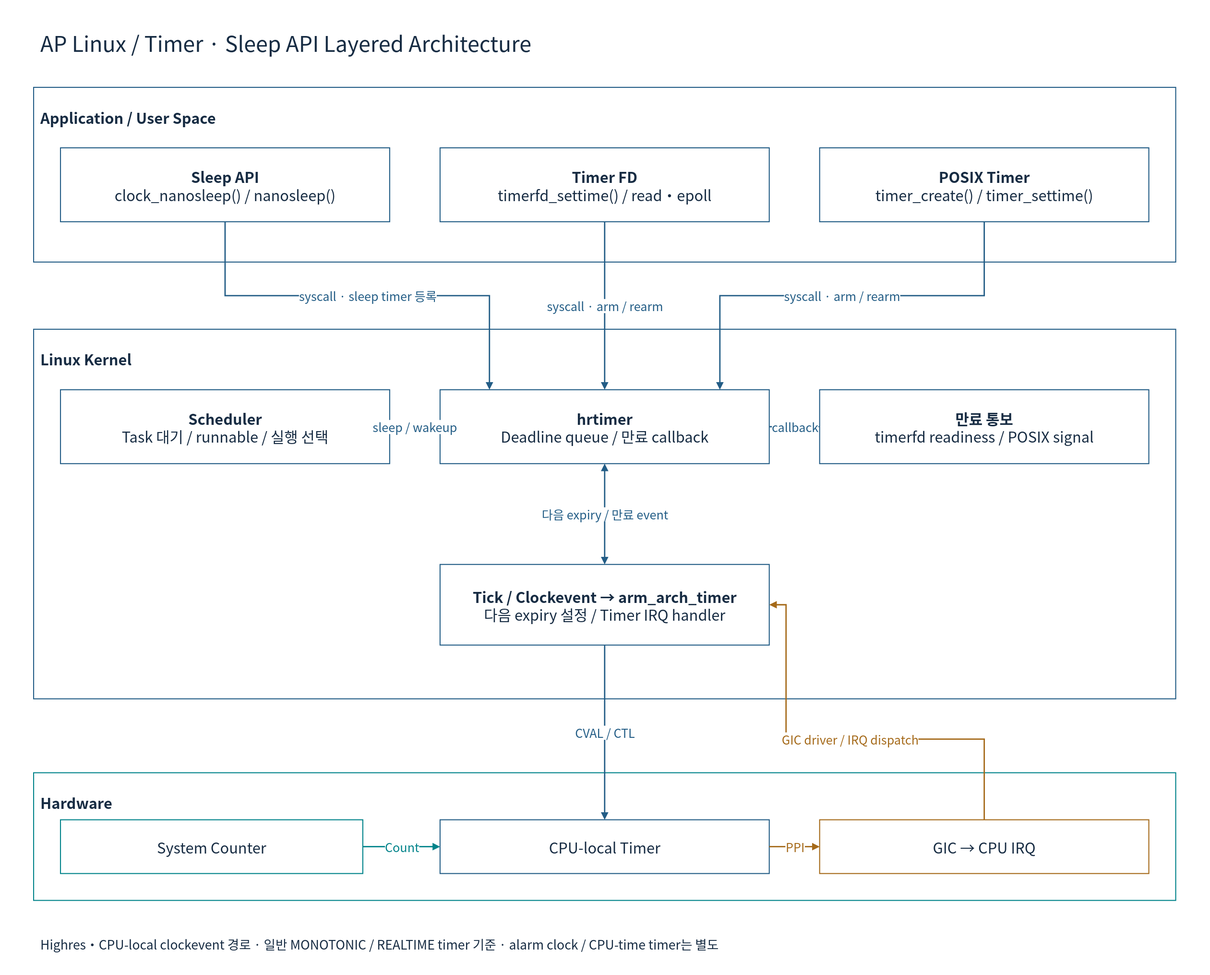
Before: doc/phase1/timer/diagrams/08b-linux-timer-api.drawio.svg, a diagram exported from draw.io (cometzero/project-apollo). Source tidied: cells renumbered, new cells last; positions are measured from the earlier drawing's top-left corner, leaving out a move shared by most shapes.
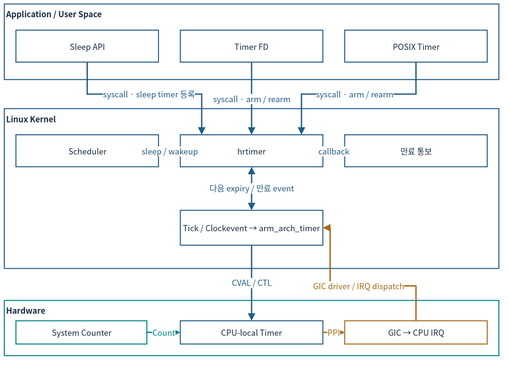
Above is the later version.

The edit, as a diff of the source:
```diff
@@ -2,99 +2,90 @@
   <root>
     <mxCell id="0" />
     <mxCell id="1" parent="0" />
-    <mxCell id="2" style="rounded=0;whiteSpace=wrap;html=1;fillColor=#FFFFFF;strokeColor=none;strokeWidth=1.5;fontColor=#172C43;fontFamily=Noto Sans CJK KR;fontSize=22;spacing=10;" parent="1" vertex="1">
-      <mxGeometry width="1800" height="1450" as="geometry" />
-    </mxCell>
-    <mxCell id="3" value="AP Linux / Timer · Sleep API Layered Architecture" style="rounded=0;whiteSpace=wrap;html=1;fillColor=#FFFFFF;strokeColor=none;strokeWidth=1.5;fontColor=#172C43;fontFamily=Noto Sans CJK KR;fontSize=22;spacing=10;fontSize=32;align=left;" parent="1" vertex="1">
-      <mxGeometry x="50" y="30" width="1700" height="65" as="geometry" />
-    </mxCell>
-    <mxCell id="4" value="Application / User Space" style="rounded=0;whiteSpace=wrap;html=1;fillColor=#FFFFFF;strokeColor=#235D86;strokeWidth=1.5;fontColor=#172C43;fontFamily=Noto Sans CJK KR;fontSize=22;spacing=10;verticalAlign=top;fontStyle=1;spacingTop=16;align=left;" parent="1" vertex="1">
-      <mxGeometry x="50" y="130" width="1700" height="260" as="geometry" />
+    <mxCell id="4" value="Application / User Space" style="rounded=0;whiteSpace=wrap;html=1;fillColor=#FFFFFF;strokeColor=#235D86;strokeWidth=1.5;fontColor=#172C43;fontFamily=Noto Sans CJK KR;verticalAlign=top;fontStyle=1;align=left;fontSize=12;spacing=3;whiteSpace=wrap;" parent="1" vertex="1">
+      <mxGeometry x="16.3" y="38" width="735.7" height="112.5" as="geometry" />
     </mxCell>
-    <mxCell id="5" value="&lt;b&gt;Sleep API&lt;/b&gt;&lt;br&gt;clock_nanosleep() / nanosleep()" style="rounded=0;whiteSpace=wrap;html=1;fillColor=#FFFFFF;strokeColor=#235D86;strokeWidth=1.5;fontColor=#172C43;fontFamily=Noto Sans CJK KR;fontSize=22;spacing=10;" parent="4" vertex="1">
-      <mxGeometry x="40" y="90" width="490" height="110" as="geometry" />
+    <mxCell id="5" value="Sleep API" style="rounded=0;whiteSpace=wrap;html=1;fillColor=#FFFFFF;strokeColor=#235D86;strokeWidth=1.5;fontColor=#172C43;fontFamily=Noto Sans CJK KR;fontSize=12;spacing=3;whiteSpace=wrap;" parent="4" vertex="1">
+      <mxGeometry x="17.3" y="39" width="212.1" height="47.6" as="geometry" />
     </mxCell>
-    <mxCell id="6" value="&lt;b&gt;Timer FD&lt;/b&gt;&lt;br&gt;timerfd_settime() / read・epoll" style="rounded=0;whiteSpace=wrap;html=1;fillColor=#FFFFFF;strokeColor=#235D86;strokeWidth=1.5;fontColor=#172C43;fontFamily=Noto Sans CJK KR;fontSize=22;spacing=10;" parent="4" vertex="1">
-      <mxGeometry x="605" y="90" width="490" height="110" as="geometry" />
+    <mxCell id="6" value="Timer FD" style="rounded=0;whiteSpace=wrap;html=1;fillColor=#FFFFFF;strokeColor=#235D86;strokeWidth=1.5;fontColor=#172C43;fontFamily=Noto Sans CJK KR;fontSize=12;spacing=3;whiteSpace=wrap;" parent="4" vertex="1">
+      <mxGeometry x="261.8" y="39" width="212.1" height="47.6" as="geometry" />
     </mxCell>
-    <mxCell id="7" value="&lt;b&gt;POSIX Timer&lt;/b&gt;&lt;br&gt;timer_create() / timer_settime()" style="rounded=0;whiteSpace=wrap;html=1;fillColor=#FFFFFF;strokeColor=#235D86;strokeWidth=1.5;fontColor=#172C43;fontFamily=Noto Sans CJK KR;fontSize=22;spacing=10;" parent="4" vertex="1">
-      <mxGeometry x="1170" y="90" width="490" height="110" as="geometry" />
+    <mxCell id="7" value="POSIX Timer" style="rounded=0;whiteSpace=wrap;html=1;fillColor=#FFFFFF;strokeColor=#235D86;strokeWidth=1.5;fontColor=#172C43;fontFamily=Noto Sans CJK KR;fontSize=12;spacing=3;whiteSpace=wrap;" parent="4" vertex="1">
+      <mxGeometry x="506.3" y="39" width="212.1" height="47.6" as="geometry" />
     </mxCell>
-    <mxCell id="8" value="Linux Kernel" style="rounded=0;whiteSpace=wrap;html=1;fillColor=#FFFFFF;strokeColor=#235D86;strokeWidth=1.5;fontColor=#172C43;fontFamily=Noto Sans CJK KR;fontSize=22;spacing=10;verticalAlign=top;fontStyle=1;spacingTop=16;align=left;" parent="1" vertex="1">
-      <mxGeometry x="50" y="490" width="1700" height="550" as="geometry" />
+    <mxCell id="8" value="Linux Kernel" style="rounded=0;whiteSpace=wrap;html=1;fillColor=#FFFFFF;strokeColor=#235D86;strokeWidth=1.5;fontColor=#172C43;fontFamily=Noto Sans CJK KR;verticalAlign=top;fontStyle=1;align=left;fontSize=12;spacing=3;whiteSpace=wrap;" parent="1" vertex="1">
+      <mxGeometry x="16.3" y="193.8" width="735.7" height="238" as="geometry" />
     </mxCell>
-    <mxCell id="9" value="&lt;b&gt;hrtimer&lt;/b&gt;&lt;br&gt;Deadline queue / 만료 callback" style="rounded=0;whiteSpace=wrap;html=1;fillColor=#FFFFFF;strokeColor=#235D86;strokeWidth=1.5;fontColor=#172C43;fontFamily=Noto Sans CJK KR;fontSize=22;spacing=10;" parent="8" vertex="1">
-      <mxGeometry x="605" y="90" width="490" height="110" as="geometry" />
+    <mxCell id="9" value="hrtimer" style="rounded=0;whiteSpace=wrap;html=1;fillColor=#FFFFFF;strokeColor=#235D86;strokeWidth=1.5;fontColor=#172C43;fontFamily=Noto Sans CJK KR;fontSize=12;spacing=3;whiteSpace=wrap;" parent="8" vertex="1">
+      <mxGeometry x="261.8" y="39" width="212.1" height="47.6" as="geometry" />
     </mxCell>
-    <mxCell id="10" value="&lt;b&gt;Scheduler&lt;/b&gt;&lt;br&gt;Task 대기 / runnable / 실행 선택" style="rounded=0;whiteSpace=wrap;html=1;fillColor=#FFFFFF;strokeColor=#235D86;strokeWidth=1.5;fontColor=#172C43;fontFamily=Noto Sans CJK KR;fontSize=22;spacing=10;" parent="8" vertex="1">
-      <mxGeometry x="40" y="90" width="490" height="110" as="geometry" />
+    <mxCell id="10" value="Scheduler" style="rounded=0;whiteSpace=wrap;html=1;fillColor=#FFFFFF;strokeColor=#235D86;strokeWidth=1.5;fontColor=#172C43;fontFamily=Noto Sans CJK KR;fontSize=12;spacing=3;whiteSpace=wrap;" parent="8" vertex="1">
+      <mxGeometry x="17.3" y="39" width="212.1" height="47.6" as="geometry" />
     </mxCell>
-    <mxCell id="11" value="&lt;b&gt;만료 통보&lt;/b&gt;&lt;br&gt;timerfd readiness / POSIX signal" style="rounded=0;whiteSpace=wrap;html=1;fillColor=#FFFFFF;strokeColor=#235D86;strokeWidth=1.5;fontColor=#172C43;fontFamily=Noto Sans CJK KR;fontSize=22;spacing=10;" parent="8" vertex="1">
-      <mxGeometry x="1170" y="90" width="490" height="110" as="geometry" />
+    <mxCell id="11" value="만료 통보" style="rounded=0;whiteSpace=wrap;html=1;fillColor=#FFFFFF;strokeColor=#235D86;strokeWidth=1.5;fontColor=#172C43;fontFamily=Noto Sans CJK KR;fontSize=12;spacing=3;whiteSpace=wrap;" parent="8" vertex="1">
+      <mxGeometry x="506.3" y="39" width="212.1" height="47.6" as="geometry" />
     </mxCell>
-    <mxCell id="12" value="&lt;b&gt;Tick / Clockevent → arm_arch_timer&lt;/b&gt;&lt;br&gt;다음 expiry 설정 / Timer IRQ handler" style="rounded=0;whiteSpace=wrap;html=1;fillColor=#FFFFFF;strokeColor=#235D86;strokeWidth=1.5;fontColor=#172C43;fontFamily=Noto Sans CJK KR;fontSize=22;spacing=10;" parent="8" vertex="1">
-      <mxGeometry x="605" y="350" width="490" height="120" as="geometry" />
+    <mxCell id="12" value="Tick / Clockevent → arm_arch_timer" style="rounded=0;whiteSpace=wrap;html=1;fillColor=#FFFFFF;strokeColor=#235D86;strokeWidth=1.5;fontColor=#172C43;fontFamily=Noto Sans CJK KR;fontSize=12;spacing=3;whiteSpace=wrap;" parent="8" vertex="1">
+      <mxGeometry x="261.8" y="151.5" width="212.1" height="51.9" as="geometry" />
     </mxCell>
-    <mxCell id="13" value="syscall · sleep timer 등록" style="edgeStyle=orthogonalEdgeStyle;rounded=0;html=1;endArrow=block;endFill=1;strokeWidth=2;strokeColor=#235D86;fontColor=#235D86;fontFamily=Noto Sans CJK KR;fontSize=18;labelBackgroundColor=#FFFFFF;exitX=0.5;exitY=1;entryX=0.15;entryY=0;" parent="1" edge="1" source="5" target="9">
+    <mxCell id="13" value="syscall · sleep timer 등록" style="edgeStyle=orthogonalEdgeStyle;rounded=0;html=1;endArrow=block;endFill=1;strokeWidth=2;strokeColor=#235D86;fontColor=#235D86;fontFamily=Noto Sans CJK KR;labelBackgroundColor=#FFFFFF;exitX=0.5;exitY=1;entryX=0.15;entryY=0;fontSize=12;spacing=3;whiteSpace=nowrap;" parent="1" edge="1" source="5" target="9">
       <mxGeometry relative="1" as="geometry">
         <Array as="points">
-          <mxPoint x="335" y="440" />
-          <mxPoint x="728" y="440" />
+          <mxPoint x="139.7" y="172.1" />
+          <mxPoint x="309.7" y="172.1" />
         </Array>
       </mxGeometry>
     </mxCell>
-    <mxCell id="14" value="syscall · arm / rearm" style="edgeStyle=orthogonalEdgeStyle;rounded=0;html=1;endArrow=block;endFill=1;strokeWidth=2;strokeColor=#235D86;fontColor=#235D86;fontFamily=Noto Sans CJK KR;fontSize=18;labelBackgroundColor=#FFFFFF;exitX=0.5;exitY=1;entryX=0.5;entryY=0;" parent="1" edge="1" source="6" target="9">
+    <mxCell id="14" value="syscall · arm / rearm" style="edgeStyle=orthogonalEdgeStyle;rounded=0;html=1;endArrow=block;endFill=1;strokeWidth=2;strokeColor=#235D86;fontColor=#235D86;fontFamily=Noto Sans CJK KR;labelBackgroundColor=#FFFFFF;exitX=0.5;exitY=1;entryX=0.5;entryY=0;fontSize=12;spacing=3;whiteSpace=nowrap;" parent="1" edge="1" source="6" target="9">
       <mxGeometry relative="1" as="geometry" />
     </mxCell>
-    <mxCell id="15" value="syscall · arm / rearm" style="edgeStyle=orthogonalEdgeStyle;rounded=0;html=1;endArrow=block;endFill=1;strokeWidth=2;strokeColor=#235D86;fontColor=#235D86;fontFamily=Noto Sans CJK KR;fontSize=18;labelBackgroundColor=#FFFFFF;exitX=0.5;exitY=1;entryX=0.85;entryY=0;" parent="1" edge="1" source="7" target="9">
+    <mxCell id="15" value="syscall · arm / rearm" style="edgeStyle=orthogonalEdgeStyle;rounded=0;html=1;endArrow=block;endFill=1;strokeWidth=2;strokeColor=#235D86;fontColor=#235D86;fontFamily=Noto Sans CJK KR;labelBackgroundColor=#FFFFFF;exitX=0.5;exitY=1;entryX=0.85;entryY=0;fontSize=12;spacing=3;whiteSpace=nowrap;" parent="1" edge="1" source="7" target="9">
       <mxGeometry relative="1" as="geometry">
         <Array as="points">
-          <mxPoint x="1465" y="440" />
-          <mxPoint x="1072" y="440" />
+          <mxPoint x="628.7" y="172.1" />
+          <mxPoint x="458.6" y="172.1" />
         </Array>
       </mxGeometry>
     </mxCell>
-    <mxCell id="16" value="sleep / wakeup" style="edgeStyle=orthogonalEdgeStyle;rounded=0;html=1;endArrow=block;endFill=1;strokeWidth=2;strokeColor=#235D86;fontColor=#235D86;fontFamily=Noto Sans CJK KR;fontSize=18;labelBackgroundColor=#FFFFFF;exitX=0;exitY=0.5;entryX=1;entryY=0.5;" parent="1" edge="1" source="9" target="10">
+    <mxCell id="16" value="sleep / wakeup" style="edgeStyle=orthogonalEdgeStyle;rounded=0;html=1;endArrow=block;endFill=1;strokeWidth=2;strokeColor=#235D86;fontColor=#235D86;fontFamily=Noto Sans CJK KR;labelBackgroundColor=#FFFFFF;exitX=0;exitY=0.5;entryX=1;entryY=0.5;fontSize=12;spacing=3;whiteSpace=nowrap;" parent="1" edge="1" source="9" target="10">
       <mxGeometry relative="1" as="geometry" />
     </mxCell>
-    <mxCell id="17" value="callback" style="edgeStyle=orthogonalEdgeStyle;rounded=0;html=1;endArrow=block;endFill=1;strokeWidth=2;strokeColor=#235D86;fontColor=#235D86;fontFamily=Noto Sans CJK KR;fontSize=18;labelBackgroundColor=#FFFFFF;exitX=1;exitY=0.5;entryX=0;entryY=0.5;" parent="1" edge="1" source="9" target="11">
+    <mxCell id="17" value="callback" style="edgeStyle=orthogonalEdgeStyle;rounded=0;html=1;endArrow=block;endFill=1;strokeWidth=2;strokeColor=#235D86;fontColor=#235D86;fontFamily=Noto Sans CJK KR;labelBackgroundColor=#FFFFFF;exitX=1;exitY=0.5;entryX=0;entryY=0.5;fontSize=12;spacing=3;whiteSpace=nowrap;" parent="1" edge="1" source="9" target="11">
       <mxGeometry relative="1" as="geometry" />
     </mxCell>
-    <mxCell id="18" value="다음 expiry / 만료 event" style="edgeStyle=orthogonalEdgeStyle;rounded=0;html=1;endArrow=block;endFill=1;strokeWidth=2;strokeColor=#235D86;fontColor=#235D86;fontFamily=Noto Sans CJK KR;fontSize=18;labelBackgroundColor=#FFFFFF;exitX=0.5;exitY=1;entryX=0.5;entryY=0;startArrow=block;startFill=1;" parent="1" edge="1" source="9" target="12">
+    <mxCell id="18" value="다음 expiry / 만료 event" style="edgeStyle=orthogonalEdgeStyle;rounded=0;html=1;endArrow=block;endFill=1;strokeWidth=2;strokeColor=#235D86;fontColor=#235D86;fontFamily=Noto Sans CJK KR;labelBackgroundColor=#FFFFFF;exitX=0.5;exitY=1;entryX=0.5;entryY=0;startArrow=block;startFill=1;fontSize=12;spacing=3;whiteSpace=nowrap;" parent="1" edge="1" source="9" target="12">
       <mxGeometry relative="1" as="geometry" />
     </mxCell>
-    <mxCell id="19" value="Hardware" style="rounded=0;whiteSpace=wrap;html=1;fillColor=#FFFFFF;strokeColor=#00838A;strokeWidth=1.5;fontColor=#172C43;fontFamily=Noto Sans CJK KR;fontSize=22;spacing=10;verticalAlign=top;fontStyle=1;spacingTop=16;align=left;" parent="1" vertex="1">
-      <mxGeometry x="50" y="1150" width="1700" height="190" as="geometry" />
+    <mxCell id="19" value="Hardware" style="rounded=0;whiteSpace=wrap;html=1;fillColor=#FFFFFF;strokeColor=#00838A;strokeWidth=1.5;fontColor=#172C43;fontFamily=Noto Sans CJK KR;verticalAlign=top;fontStyle=1;align=left;fontSize=12;spacing=3;whiteSpace=wrap;" parent="1" vertex="1">
+      <mxGeometry x="16.3" y="479.4" width="735.7" height="82.2" as="geometry" />
     </mxCell>
-    <mxCell id="20" value="System Counter" style="rounded=0;whiteSpace=wrap;html=1;fillColor=#FFFFFF;strokeColor=#00838A;strokeWidth=1.5;fontColor=#172C43;fontFamily=Noto Sans CJK KR;fontSize=22;spacing=10;" parent="19" vertex="1">
-      <mxGeometry x="40" y="70" width="450" height="80" as="geometry" />
+    <mxCell id="20" value="System Counter" style="rounded=0;whiteSpace=wrap;html=1;fillColor=#FFFFFF;strokeColor=#00838A;strokeWidth=1.5;fontColor=#172C43;fontFamily=Noto Sans CJK KR;fontSize=12;spacing=3;whiteSpace=wrap;" parent="19" vertex="1">
+      <mxGeometry x="17.3" y="30.3" width="194.7" height="34.6" as="geometry" />
     </mxCell>
-    <mxCell id="21" value="CPU-local Timer" style="rounded=0;whiteSpace=wrap;html=1;fillColor=#FFFFFF;strokeColor=#235D86;strokeWidth=1.5;fontColor=#172C43;fontFamily=Noto Sans CJK KR;fontSize=22;spacing=10;" parent="19" vertex="1">
-      <mxGeometry x="605" y="70" width="490" height="80" as="geometry" />
+    <mxCell id="21" value="CPU-local Timer" style="rounded=0;whiteSpace=wrap;html=1;fillColor=#FFFFFF;strokeColor=#235D86;strokeWidth=1.5;fontColor=#172C43;fontFamily=Noto Sans CJK KR;fontSize=12;spacing=3;whiteSpace=wrap;" parent="19" vertex="1">
+      <mxGeometry x="261.8" y="30.3" width="212.1" height="34.6" as="geometry" />
     </mxCell>
-    <mxCell id="22" value="GIC → CPU IRQ" style="rounded=0;whiteSpace=wrap;html=1;fillColor=#FFFFFF;strokeColor=#A56A1A;strokeWidth=1.5;fontColor=#172C43;fontFamily=Noto Sans CJK KR;fontSize=22;spacing=10;" parent="19" vertex="1">
-      <mxGeometry x="1170" y="70" width="490" height="80" as="geometry" />
+    <mxCell id="22" value="GIC → CPU IRQ" style="rounded=0;whiteSpace=wrap;html=1;fillColor=#FFFFFF;strokeColor=#A56A1A;strokeWidth=1.5;fontColor=#172C43;fontFamily=Noto Sans CJK KR;fontSize=12;spacing=3;whiteSpace=wrap;" parent="19" vertex="1">
+      <mxGeometry x="506.3" y="30.3" width="212.1" height="34.6" as="geometry" />
     </mxCell>
-    <mxCell id="23" value="Count" style="edgeStyle=orthogonalEdgeStyle;rounded=0;html=1;endArrow=block;endFill=1;strokeWidth=2;strokeColor=#00838A;fontColor=#00838A;fontFamily=Noto Sans CJK KR;fontSize=18;labelBackgroundColor=#FFFFFF;exitX=1;exitY=0.5;entryX=0;entryY=0.5;" parent="1" edge="1" source="20" target="21">
+    <mxCell id="23" value="Count" style="edgeStyle=orthogonalEdgeStyle;rounded=0;html=1;endArrow=block;endFill=1;strokeWidth=2;strokeColor=#00838A;fontColor=#00838A;fontFamily=Noto Sans CJK KR;labelBackgroundColor=#FFFFFF;exitX=1;exitY=0.5;entryX=0;entryY=0.5;fontSize=12;spacing=3;whiteSpace=nowrap;" parent="1" edge="1" source="20" target="21">
       <mxGeometry relative="1" as="geometry" />
     </mxCell>
-    <mxCell id="24" value="CVAL / CTL" style="edgeStyle=orthogonalEdgeStyle;rounded=0;html=1;endArrow=block;endFill=1;strokeWidth=2;strokeColor=#235D86;fontColor=#235D86;fontFamily=Noto Sans CJK KR;fontSize=18;labelBackgroundColor=#FFFFFF;exitX=0.5;exitY=1;entryX=0.5;entryY=0;" parent="1" edge="1" source="12" target="21">
+    <mxCell id="24" value="CVAL / CTL" style="edgeStyle=orthogonalEdgeStyle;rounded=0;html=1;endArrow=block;endFill=1;strokeWidth=2;strokeColor=#235D86;fontColor=#235D86;fontFamily=Noto Sans CJK KR;labelBackgroundColor=#FFFFFF;exitX=0.5;exitY=1;entryX=0.5;entryY=0;fontSize=12;spacing=3;whiteSpace=nowrap;" parent="1" edge="1" source="12" target="21">
       <mxGeometry relative="1" as="geometry" />
     </mxCell>
-    <mxCell id="25" value="PPI" style="edgeStyle=orthogonalEdgeStyle;rounded=0;html=1;endArrow=block;endFill=1;strokeWidth=2;strokeColor=#A56A1A;fontColor=#A56A1A;fontFamily=Noto Sans CJK KR;fontSize=18;labelBackgroundColor=#FFFFFF;exitX=1;exitY=0.5;entryX=0;entryY=0.5;" parent="1" edge="1" source="21" target="22">
+    <mxCell id="25" value="PPI" style="edgeStyle=orthogonalEdgeStyle;rounded=0;html=1;endArrow=block;endFill=1;strokeWidth=2;strokeColor=#A56A1A;fontColor=#A56A1A;fontFamily=Noto Sans CJK KR;labelBackgroundColor=#FFFFFF;exitX=1;exitY=0.5;entryX=0;entryY=0.5;fontSize=12;spacing=3;whiteSpace=nowrap;" parent="1" edge="1" source="21" target="22">
       <mxGeometry relative="1" as="geometry" />
     </mxCell>
-    <mxCell id="26" value="GIC driver / IRQ dispatch" style="edgeStyle=orthogonalEdgeStyle;rounded=0;html=1;endArrow=block;endFill=1;strokeWidth=2;strokeColor=#A56A1A;fontColor=#A56A1A;fontFamily=Noto Sans CJK KR;fontSize=18;labelBackgroundColor=#FFFFFF;exitX=0.5;exitY=0;entryX=1;entryY=0.5;" parent="1" edge="1" source="22" target="12">
+    <mxCell id="26" value="GIC driver / IRQ dispatch" style="edgeStyle=orthogonalEdgeStyle;rounded=0;html=1;endArrow=block;endFill=1;strokeWidth=2;strokeColor=#A56A1A;fontColor=#A56A1A;fontFamily=Noto Sans CJK KR;labelBackgroundColor=#FFFFFF;exitX=0.5;exitY=0;entryX=1;entryY=0.5;fontSize=12;spacing=3;whiteSpace=nowrap;" parent="1" edge="1" source="22" target="12">
       <mxGeometry relative="1" as="geometry">
         <Array as="points">
-          <mxPoint x="1465" y="1100" />
-          <mxPoint x="1170" y="1100" />
-          <mxPoint x="1170" y="900" />
+          <mxPoint x="628.7" y="457.7" />
+          <mxPoint x="501" y="457.7" />
+          <mxPoint x="501" y="371.2" />
         </Array>
       </mxGeometry>
     </mxCell>
-    <mxCell id="27" value="Highres・CPU-local clockevent 경로 · 일반 MONOTONIC / REALTIME timer 기준 · alarm clock / CPU-time timer는 별도" style="rounded=0;whiteSpace=wrap;html=1;fillColor=#FFFFFF;strokeColor=none;strokeWidth=1.5;fontColor=#172C43;fontFamily=Noto Sans CJK KR;fontSize=22;spacing=10;fontSize=19;align=left;" parent="1" vertex="1">
-      <mxGeometry x="50" y="1380" width="1700" height="50" as="geometry" />
-    </mxCell>
   </root>
 </mxGraphModel>
```
